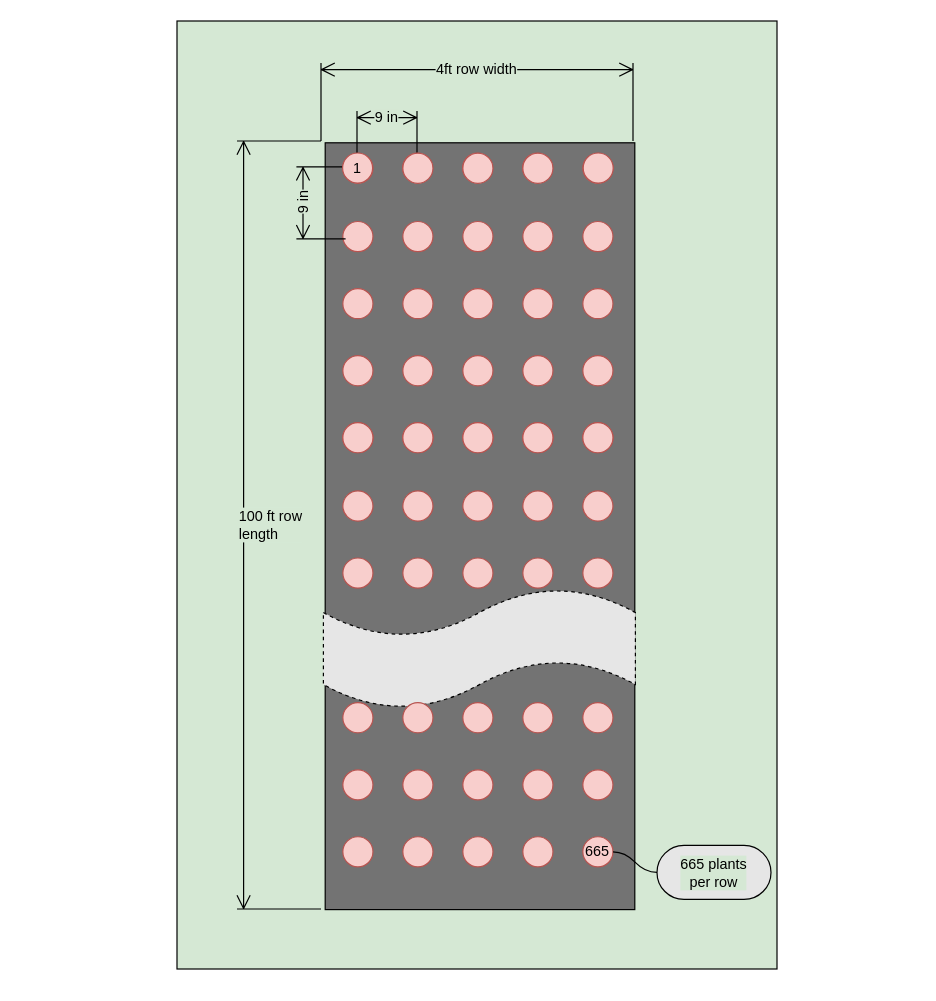
Above: page "plant spacing" (2 of 2) of docs/spring2020/Flower-Field-Spring-2020.drawio in ohiobarn/flowerfarm (draw.io), before the change. Source tidied: cells renumbered, new cells numbered last; positions are measured from the earlier drawing's top-left corner, leaving out a move shared by most shapes. Both pictures are drawn from the tidied source at 120%, with x=0, y=0 at pixel (96, 20).
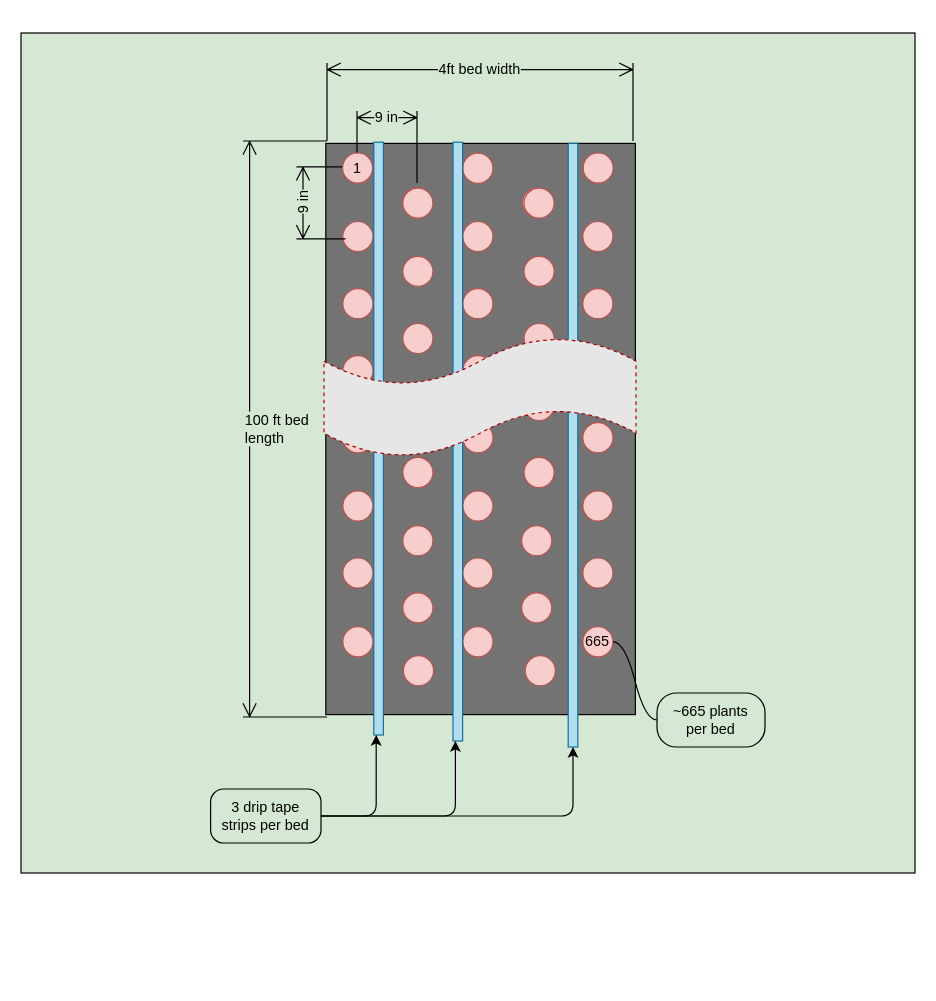
Above is the later version.

The change refers to these unchanged cells:
```xml
<mxCell id="16" style="group;rotation=90;" parent="5" vertex="1">
  <mxGeometry x="85" y="469.1" width="226" height="27.9" as="geometry" />
</mxCell>
<mxCell id="32" style="group;rotation=90;" parent="21" vertex="1">
  <mxGeometry y="449.1" width="226" height="27.9" as="geometry" />
</mxCell>
<mxCell id="39" style="group;" parent="1" vertex="1">
  <mxGeometry x="155" y="110" width="301.5" height="25" as="geometry" />
</mxCell>
<mxCell id="46" style="group;" parent="45" vertex="1">
  <mxGeometry y="-50" width="226" height="477" as="geometry" />
</mxCell>
<mxCell id="73" style="group;rotation=90;" parent="62" vertex="1">
  <mxGeometry y="449.1" width="226" height="27.9" as="geometry" />
</mxCell>
```

Diff of the diagram source:
```diff
@@
     <mxCell id="2" style="rounded=0;whiteSpace=wrap;html=1;fillColor=#D5E8D4;labelBackgroundColor=none;" parent="1" vertex="1">
-      <mxGeometry x="67" width="500" height="790" as="geometry" />
+      <mxGeometry x="-63" y="10" width="745" height="700" as="geometry" />
     </mxCell>
     <mxCell id="3" style="rounded=0;whiteSpace=wrap;html=1;fillColor=#737373;rotation=90;" parent="1" vertex="1">
-      <mxGeometry y="292" width="639" height="258" as="geometry" />
+      <mxGeometry x="82" y="211" width="476" height="258" as="geometry" />
     </mxCell>
@@
     <mxCell id="17" style="ellipse;whiteSpace=wrap;html=1;fillColor=#f8cecc;strokeColor=#b85450;rotation=-90;" parent="16" vertex="1">
-      <mxGeometry x="100.2" y="7.7" width="25.1" height="25.1" as="geometry" />
+      <mxGeometry x="100.2" y="-167.3" width="25.1" height="25.1" as="geometry" />
     </mxCell>
-    <mxCell id="18" style="ellipse;whiteSpace=wrap;html=1;fillColor=#f8cecc;strokeColor=#b85450;rotation=-90;" parent="16" vertex="1">
-      <mxGeometry x="100.2" y="-48.1" width="25.1" height="25.1" as="geometry" />
-    </mxCell>
-    <mxCell id="19" style="ellipse;whiteSpace=wrap;html=1;fillColor=#f8cecc;strokeColor=#b85450;rotation=-90;" parent="16" vertex="1">
-      <mxGeometry x="100.2" y="-104" width="25.1" height="25.1" as="geometry" />
-    </mxCell>
@@
     <mxCell id="33" value="665" style="ellipse;whiteSpace=wrap;html=1;fillColor=#f8cecc;strokeColor=#b85450;rotation=0;direction=south;" parent="32" vertex="1">
-      <mxGeometry x="100.2" y="7.7" width="25.1" height="25.1" as="geometry" />
+      <mxGeometry x="100.2" y="-167.3" width="25.1" height="25.1" as="geometry" />
     </mxCell>
-    <mxCell id="34" style="ellipse;whiteSpace=wrap;html=1;fillColor=#f8cecc;strokeColor=#b85450;rotation=-90;" parent="32" vertex="1">
-      <mxGeometry x="100.2" y="-48.1" width="25.1" height="25.1" as="geometry" />
-    </mxCell>
-    <mxCell id="35" style="ellipse;whiteSpace=wrap;html=1;fillColor=#f8cecc;strokeColor=#b85450;rotation=-90;" parent="32" vertex="1">
-      <mxGeometry x="100.2" y="-104" width="25.1" height="25.1" as="geometry" />
-    </mxCell>
     <mxCell id="36" value="9 in" style="shape=dimension;direction=west;whiteSpace=wrap;html=1;align=center;verticalAlign=top;spacingTop=-8;labelBackgroundColor=#D5E8D4;fillColor=#737373;" parent="1" vertex="1">
-      <mxGeometry x="217" y="75" width="50" height="35" as="geometry" />
+      <mxGeometry x="217" y="75" width="50" height="60" as="geometry" />
     </mxCell>
@@
-    <mxCell id="38" style="shape=tape;whiteSpace=wrap;html=1;labelBackgroundColor=#D5E8D4;fillColor=#E6E6E6;fontColor=#000000;dashed=1;" parent="1" vertex="1">
-      <mxGeometry x="189" y="473" width="260" height="100" as="geometry" />
-    </mxCell>
@@
     <mxCell id="41" style="ellipse;whiteSpace=wrap;html=1;fillColor=#f8cecc;strokeColor=#b85450;" parent="39" vertex="1">
-      <mxGeometry x="100" width="25" height="25" as="geometry" />
+      <mxGeometry x="100" y="29" width="25" height="25" as="geometry" />
     </mxCell>
@@
     <mxCell id="43" style="ellipse;whiteSpace=wrap;html=1;fillColor=#f8cecc;strokeColor=#b85450;" parent="39" vertex="1">
-      <mxGeometry x="200" width="25" height="25" as="geometry" />
+      <mxGeometry x="200" y="29" width="25" height="25" as="geometry" />
     </mxCell>
@@
     <mxCell id="47" style="group;rotation=90;" parent="46" vertex="1">
-      <mxGeometry width="226" height="27.9" as="geometry" />
+      <mxGeometry y="29" width="226" height="27.9" as="geometry" />
     </mxCell>
@@
     <mxCell id="53" style="group;rotation=90;" parent="46" vertex="1">
-      <mxGeometry y="224.5" width="226" height="27.9" as="geometry" />
+      <mxGeometry y="253.5" width="226" height="27.9" as="geometry" />
     </mxCell>
@@
-    <mxCell id="57" style="group;rotation=90;" parent="46" vertex="1">
-      <mxGeometry y="449.1" width="226" height="27.9" as="geometry" />
-    </mxCell>
-    <mxCell id="58" style="ellipse;whiteSpace=wrap;html=1;fillColor=#f8cecc;strokeColor=#b85450;rotation=-90;" parent="57" vertex="1">
-      <mxGeometry x="100.2" y="7.7" width="25.1" height="25.1" as="geometry" />
-    </mxCell>
-    <mxCell id="59" style="ellipse;whiteSpace=wrap;html=1;fillColor=#f8cecc;strokeColor=#b85450;rotation=-90;" parent="57" vertex="1">
-      <mxGeometry x="100.2" y="-48.1" width="25.1" height="25.1" as="geometry" />
-    </mxCell>
-    <mxCell id="60" style="ellipse;whiteSpace=wrap;html=1;fillColor=#f8cecc;strokeColor=#b85450;rotation=-90;" parent="57" vertex="1">
-      <mxGeometry x="100.2" y="-104" width="25.1" height="25.1" as="geometry" />
-    </mxCell>
     <mxCell id="61" style="group;" parent="1" vertex="1">
-      <mxGeometry x="205" y="273" width="226" height="427" as="geometry" />
+      <mxGeometry x="205" y="273" width="247" height="427" as="geometry" />
     </mxCell>
     <mxCell id="62" style="group;" parent="61" vertex="1">
-      <mxGeometry y="-50" width="226" height="477" as="geometry" />
+      <mxGeometry y="-50" width="247" height="477" as="geometry" />
     </mxCell>
@@
     <mxCell id="69" style="group;rotation=90;" parent="62" vertex="1">
-      <mxGeometry y="224.5" width="226" height="27.9" as="geometry" />
+      <mxGeometry y="224.5" width="247" height="27.9" as="geometry" />
     </mxCell>
@@
     <mxCell id="74" style="ellipse;whiteSpace=wrap;html=1;fillColor=#f8cecc;strokeColor=#b85450;rotation=-90;" parent="73" vertex="1">
-      <mxGeometry x="100.2" y="7.7" width="25.1" height="25.1" as="geometry" />
+      <mxGeometry x="100.2" y="-167.3" width="25.1" height="25.1" as="geometry" />
     </mxCell>
-    <mxCell id="75" style="ellipse;whiteSpace=wrap;html=1;fillColor=#f8cecc;strokeColor=#b85450;rotation=-90;" parent="73" vertex="1">
-      <mxGeometry x="100.2" y="-48.1" width="25.1" height="25.1" as="geometry" />
-    </mxCell>
-    <mxCell id="76" style="ellipse;whiteSpace=wrap;html=1;fillColor=#f8cecc;strokeColor=#b85450;rotation=-90;" parent="73" vertex="1">
-      <mxGeometry x="100.2" y="-104" width="25.1" height="25.1" as="geometry" />
-    </mxCell>
-    <mxCell id="77" style="group;" parent="1" vertex="1">
-      <mxGeometry x="255" y="273" width="226" height="427" as="geometry" />
-    </mxCell>
+    <mxCell id="93" value="100 ft bed&lt;br&gt;length" style="shape=dimension;direction=south;whiteSpace=wrap;html=1;align=left;verticalAlign=middle;labelBackgroundColor=#D5E8D4;fillColor=#E6E6E6;fontColor=#000000;" parent="1" vertex="1">
+      <mxGeometry x="122" y="100" width="70" height="480" as="geometry" />
+    </mxCell>
+    <mxCell id="94" value="4ft bed width" style="shape=dimension;direction=west;whiteSpace=wrap;html=1;align=center;verticalAlign=top;spacingTop=-8;labelBackgroundColor=#D5E8D4;fillColor=#E6E6E6;fontColor=#000000;" parent="1" vertex="1">
+      <mxGeometry x="192" y="35" width="255" height="65" as="geometry" />
+    </mxCell>
+    <mxCell id="95" value="~665 plants &lt;br&gt;per bed" style="whiteSpace=wrap;html=1;rounded=1;arcSize=36;align=center;verticalAlign=middle;strokeWidth=1;spacing=4;labelBackgroundColor=#D5E8D4;fillColor=#D5E8D4;fontColor=#000000;" parent="1" vertex="1">
+      <mxGeometry x="467" y="560" width="90" height="45" as="geometry" />
+    </mxCell>
+    <mxCell id="96" style="edgeStyle=entityRelationEdgeStyle;startArrow=none;endArrow=none;segment=10;curved=1;labelBackgroundColor=#000000;fontColor=#000000;exitX=0.5;exitY=0;exitDx=0;exitDy=0;" parent="1" edge="1" source="33" target="95">
+      <mxGeometry relative="1" as="geometry" />
+    </mxCell>
-    <mxCell id="78" style="group;" parent="77" vertex="1">
-      <mxGeometry y="-50" width="226" height="477" as="geometry" />
+    <mxCell id="78" style="group;" parent="1" vertex="1">
+      <mxGeometry x="254" y="223" width="226" height="477" as="geometry" />
     </mxCell>
     <mxCell id="79" style="group;rotation=90;" parent="78" vertex="1">
-      <mxGeometry width="226" height="27.9" as="geometry" />
+      <mxGeometry x="2" y="29" width="226" height="27.9" as="geometry" />
     </mxCell>
@@
     <mxCell id="85" style="group;rotation=90;" parent="78" vertex="1">
-      <mxGeometry y="224.5" width="226" height="27.9" as="geometry" />
+      <mxGeometry y="253.5" width="226" height="27.9" as="geometry" />
     </mxCell>
+    <mxCell id="88" style="ellipse;whiteSpace=wrap;html=1;fillColor=#f8cecc;strokeColor=#b85450;rotation=-90;" parent="85" vertex="1">
+      <mxGeometry x="102.2" y="-112.8" width="25.1" height="25.1" as="geometry" />
+    </mxCell>
@@
-    <mxCell id="88" style="ellipse;whiteSpace=wrap;html=1;fillColor=#f8cecc;strokeColor=#b85450;rotation=-90;" parent="85" vertex="1">
-      <mxGeometry x="100.2" y="-112.8" width="25.1" height="25.1" as="geometry" />
-    </mxCell>
-    <mxCell id="89" style="group;rotation=90;" parent="78" vertex="1">
-      <mxGeometry y="449.1" width="226" height="27.9" as="geometry" />
-    </mxCell>
-    <mxCell id="90" style="ellipse;whiteSpace=wrap;html=1;fillColor=#f8cecc;strokeColor=#b85450;rotation=-90;" parent="89" vertex="1">
-      <mxGeometry x="100.2" y="7.7" width="25.1" height="25.1" as="geometry" />
-    </mxCell>
-    <mxCell id="91" style="ellipse;whiteSpace=wrap;html=1;fillColor=#f8cecc;strokeColor=#b85450;rotation=-90;" parent="89" vertex="1">
-      <mxGeometry x="100.2" y="-48.1" width="25.1" height="25.1" as="geometry" />
-    </mxCell>
-    <mxCell id="92" style="ellipse;whiteSpace=wrap;html=1;fillColor=#f8cecc;strokeColor=#b85450;rotation=-90;" parent="89" vertex="1">
-      <mxGeometry x="100.2" y="-104" width="25.1" height="25.1" as="geometry" />
-    </mxCell>
-    <mxCell id="93" value="100 ft row&lt;br&gt;length" style="shape=dimension;direction=south;whiteSpace=wrap;html=1;align=left;verticalAlign=middle;labelBackgroundColor=#D5E8D4;fillColor=#E6E6E6;fontColor=#000000;" parent="1" vertex="1">
-      <mxGeometry x="117" y="100" width="70" height="640" as="geometry" />
-    </mxCell>
-    <mxCell id="94" value="4ft row width" style="shape=dimension;direction=west;whiteSpace=wrap;html=1;align=center;verticalAlign=top;spacingTop=-8;labelBackgroundColor=#D5E8D4;fillColor=#E6E6E6;fontColor=#000000;" parent="1" vertex="1">
-      <mxGeometry x="187" y="35" width="260" height="65" as="geometry" />
-    </mxCell>
-    <mxCell id="95" value="665 plants &lt;br&gt;per row" style="whiteSpace=wrap;html=1;rounded=1;arcSize=50;align=center;verticalAlign=middle;strokeWidth=1;spacing=4;labelBackgroundColor=#D5E8D4;fillColor=#E6E6E6;fontColor=#000000;" parent="1" vertex="1">
-      <mxGeometry x="467" y="687" width="95" height="45" as="geometry" />
-    </mxCell>
-    <mxCell id="96" style="edgeStyle=entityRelationEdgeStyle;startArrow=none;endArrow=none;segment=10;curved=1;labelBackgroundColor=#000000;fontColor=#000000;exitX=0.5;exitY=0;exitDx=0;exitDy=0;" parent="1" edge="1" source="33" target="95">
-      <mxGeometry relative="1" as="geometry" />
-    </mxCell>
+    <mxCell id="97" style="ellipse;whiteSpace=wrap;html=1;fillColor=#f8cecc;strokeColor=#b85450;rotation=-90;" parent="1" vertex="1">
+      <mxGeometry x="255.7" y="528.9" width="25.1" height="25.1" as="geometry" />
+    </mxCell>
+    <mxCell id="98" style="ellipse;whiteSpace=wrap;html=1;fillColor=#f8cecc;strokeColor=#b85450;rotation=-90;" parent="1" vertex="1">
+      <mxGeometry x="357.2" y="528.9" width="25.1" height="25.1" as="geometry" />
+    </mxCell>
+    <mxCell id="99" style="rounded=0;whiteSpace=wrap;html=1;labelBackgroundColor=#D5E8D4;strokeColor=#10739e;fillColor=#b1ddf0;" parent="1" vertex="1">
+      <mxGeometry x="231" y="101" width="8" height="494" as="geometry" />
+    </mxCell>
+    <mxCell id="100" style="rounded=0;whiteSpace=wrap;html=1;labelBackgroundColor=#D5E8D4;strokeColor=#10739e;fillColor=#b1ddf0;" parent="1" vertex="1">
+      <mxGeometry x="297" y="101" width="8" height="499" as="geometry" />
+    </mxCell>
+    <mxCell id="101" style="rounded=0;whiteSpace=wrap;html=1;labelBackgroundColor=#D5E8D4;strokeColor=#10739e;fillColor=#b1ddf0;" parent="1" vertex="1">
+      <mxGeometry x="393" y="102" width="8" height="503" as="geometry" />
+    </mxCell>
+    <mxCell id="38" style="shape=tape;whiteSpace=wrap;html=1;labelBackgroundColor=#D5E8D4;fillColor=#E6E6E6;fontColor=#ffffff;dashed=1;strokeColor=#B20000;" parent="1" vertex="1">
+      <mxGeometry x="189.5" y="263.5" width="260" height="100" as="geometry" />
+    </mxCell>
+    <mxCell id="102" style="edgeStyle=orthogonalEdgeStyle;rounded=1;jettySize=auto;html=1;entryX=0.25;entryY=1;entryDx=0;entryDy=0;labelBackgroundColor=#000000;strokeColor=#000000;strokeWidth=1;fontColor=#000000;" parent="1" edge="1" source="105" target="100">
+      <mxGeometry relative="1" as="geometry" />
+    </mxCell>
+    <mxCell id="103" style="edgeStyle=orthogonalEdgeStyle;rounded=1;jettySize=auto;html=1;entryX=0.5;entryY=1;entryDx=0;entryDy=0;labelBackgroundColor=#000000;strokeColor=#000000;strokeWidth=1;fontColor=#000000;" parent="1" edge="1" source="105" target="101">
+      <mxGeometry relative="1" as="geometry" />
+    </mxCell>
+    <mxCell id="104" style="edgeStyle=orthogonalEdgeStyle;rounded=1;jettySize=auto;html=1;entryX=0.25;entryY=1;entryDx=0;entryDy=0;labelBackgroundColor=#000000;strokeColor=#000000;strokeWidth=1;fontColor=#000000;" parent="1" edge="1" source="105" target="99">
+      <mxGeometry relative="1" as="geometry" />
+    </mxCell>
+    <mxCell id="105" value="3 drip tape &lt;br&gt;strips per bed" style="whiteSpace=wrap;html=1;rounded=1;arcSize=24;align=center;verticalAlign=middle;strokeWidth=1;spacing=4;labelBackgroundColor=#D5E8D4;fillColor=#D5E8D4;fontColor=#000000;rotation=0;" parent="1" vertex="1">
+      <mxGeometry x="95" y="640" width="92" height="45" as="geometry" />
+    </mxCell>
```
